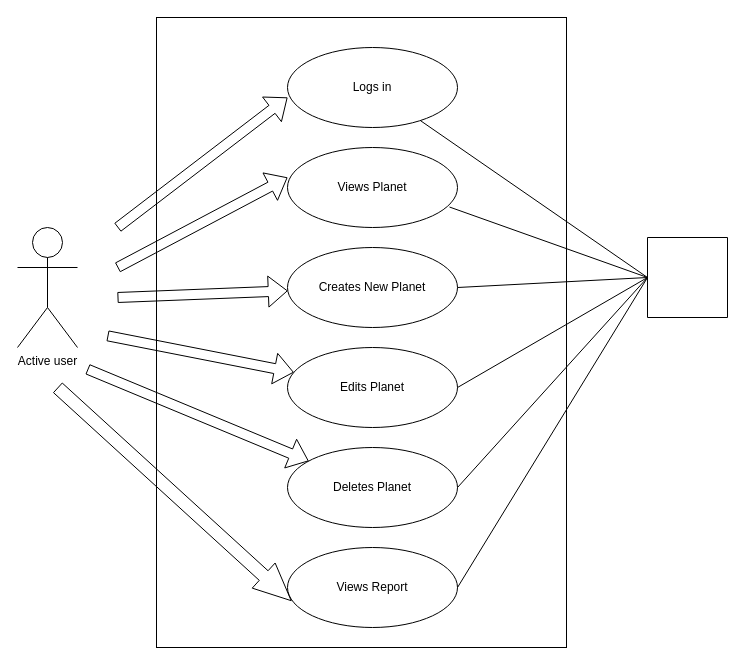
This is use_case_diagram.drawio from WaxenOsprey/PDA, a draw.io file, before an edit. Source tidied: cells renumbered, new cells numbered last; positions are measured from the earlier drawing's top-left corner, leaving out a move shared by most shapes. Both pictures are drawn from the tidied source at 100%, with x=0, y=0 at pixel (17, 17).
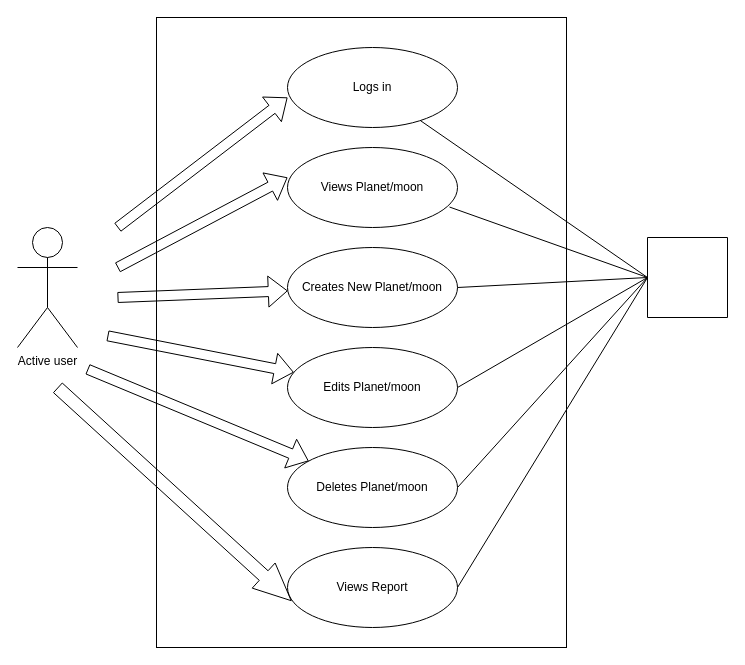
The same page after the edit.

Change to the diagram source:
```diff
@@
-    <mxCell id="5" value="Views Planet" style="ellipse;whiteSpace=wrap;html=1;" parent="1" vertex="1">
+    <mxCell id="5" value="Views Planet/moon" style="ellipse;whiteSpace=wrap;html=1;" parent="1" vertex="1">
       <mxGeometry x="270" y="130" width="170" height="80" as="geometry" />
     </mxCell>
-    <mxCell id="6" value="Creates New Planet" style="ellipse;whiteSpace=wrap;html=1;" parent="1" vertex="1">
+    <mxCell id="6" value="Creates New Planet/moon" style="ellipse;whiteSpace=wrap;html=1;" parent="1" vertex="1">
       <mxGeometry x="270" y="230" width="170" height="80" as="geometry" />
     </mxCell>
-    <mxCell id="7" value="Edits Planet" style="ellipse;whiteSpace=wrap;html=1;" parent="1" vertex="1">
+    <mxCell id="7" value="Edits Planet/moon" style="ellipse;whiteSpace=wrap;html=1;" parent="1" vertex="1">
       <mxGeometry x="270" y="330" width="170" height="80" as="geometry" />
     </mxCell>
-    <mxCell id="8" value="Deletes Planet" style="ellipse;whiteSpace=wrap;html=1;" parent="1" vertex="1">
+    <mxCell id="8" value="Deletes Planet/moon" style="ellipse;whiteSpace=wrap;html=1;" parent="1" vertex="1">
       <mxGeometry x="270" y="430" width="170" height="80" as="geometry" />
     </mxCell>
```
